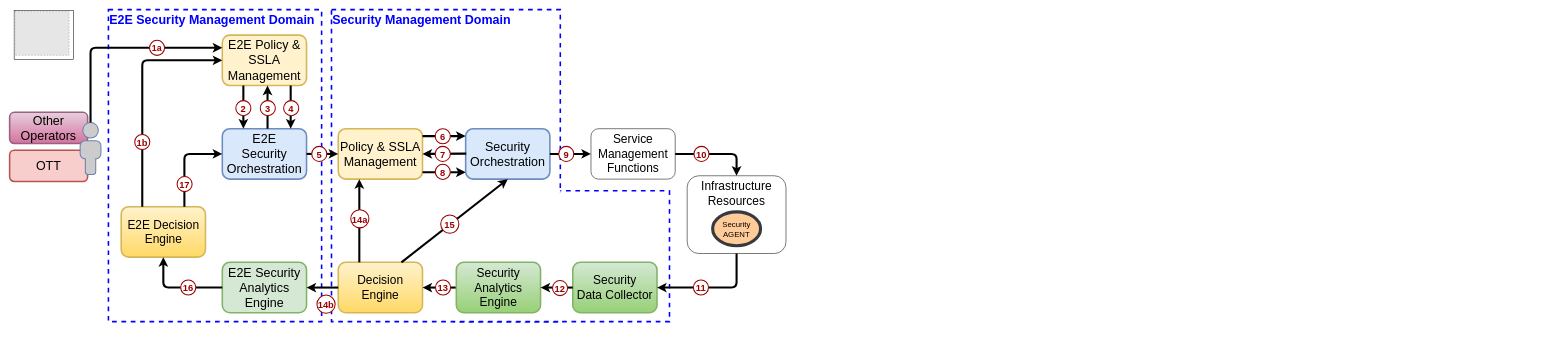
Above: page "Closed Loops V2" (3 of 3) of Architecture2.drawio in INSPIRE-5Gplus/inspire5gpluswp2architecture (draw.io), before the change. Source tidied: cells renumbered, new cells numbered last; positions are measured from the earlier drawing's top-left corner, leaving out a move shared by most shapes. Both pictures are drawn from the tidied source at 52%, with x=0, y=0 at pixel (9, 9). Pictures stored in the file or linked from it are replaced by grey dashed boxes.
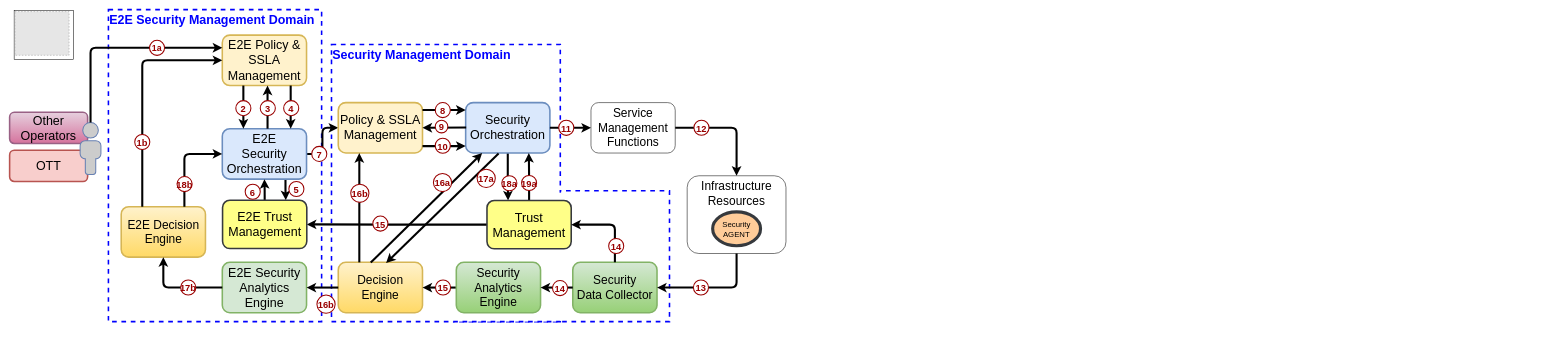
The same page after the edit.

The change refers to these unchanged cells:
```xml
<mxCell id="8" value="E2E &lt;br&gt;Security&lt;br&gt;Orchestration" style="rounded=1;whiteSpace=wrap;html=1;strokeWidth=3;fillColor=#dae8fc;fontSize=24;strokeColor=#6c8ebf;verticalAlign=middle;" parent="1" vertex="1">
  <mxGeometry x="409" y="230" width="162" height="97" as="geometry" />
</mxCell>
<mxCell id="13" value="Decision Engine" style="rounded=1;whiteSpace=wrap;html=1;gradientColor=#ffd966;fillColor=#fff2cc;strokeColor=#d6b656;labelPosition=center;verticalLabelPosition=middle;align=center;verticalAlign=middle;fontSize=23;strokeWidth=3;" parent="12" vertex="1">
  <mxGeometry x="-228" y="231.5" width="162" height="97" as="geometry" />
</mxCell>
<mxCell id="14" value="Security&lt;br&gt;Data Collector" style="rounded=1;whiteSpace=wrap;html=1;gradientColor=#97d077;fillColor=#d5e8d4;strokeColor=#82b366;labelPosition=center;verticalLabelPosition=middle;align=center;verticalAlign=middle;fontSize=23;strokeWidth=3;" parent="12" vertex="1">
  <mxGeometry x="223" y="231.5" width="162" height="97" as="geometry" />
</mxCell>
```

Change to the diagram source:
```diff
@@
     <mxCell id="3" value="&lt;font style=&quot;font-size: 24px&quot; color=&quot;#0000ff&quot;&gt;&lt;b&gt;Security Management Domain&lt;/b&gt;&lt;/font&gt;" style="rounded=0;whiteSpace=wrap;html=1;labelPosition=center;verticalLabelPosition=middle;align=left;verticalAlign=top;dashed=1;strokeWidth=3;strokeColor=#0000FF;" parent="1" vertex="1">
-      <mxGeometry x="619" y="1" width="440" height="600" as="geometry" />
+      <mxGeometry x="619" y="68" width="440" height="533" as="geometry" />
     </mxCell>
@@
+    <mxCell id="28" style="edgeStyle=orthogonalEdgeStyle;rounded=1;jettySize=auto;html=1;exitX=1;exitY=0.5;exitDx=0;exitDy=0;entryX=0;entryY=0.5;entryDx=0;entryDy=0;startArrow=none;startFill=0;endArrow=classic;endFill=1;strokeWidth=4;" parent="1" edge="1" source="8" target="25">
+      <mxGeometry relative="1" as="geometry" />
+    </mxCell>
+    <mxCell id="63" style="edgeStyle=orthogonalEdgeStyle;rounded=1;jettySize=auto;html=1;exitX=0.75;exitY=1;exitDx=0;exitDy=0;entryX=0.75;entryY=0;entryDx=0;entryDy=0;startArrow=none;startFill=0;endArrow=classic;endFill=1;strokeWidth=4;" parent="1" edge="1" source="8" target="74">
+      <mxGeometry relative="1" as="geometry" />
+    </mxCell>
@@
     <mxCell id="10" value="&lt;span style=&quot;font-size: 23px&quot;&gt;Service Management Functions&lt;/span&gt;" style="rounded=1;whiteSpace=wrap;html=1;verticalAlign=top;" parent="1" vertex="1">
-      <mxGeometry x="1118" y="230" width="162" height="97" as="geometry" />
+      <mxGeometry x="1118" y="179.8" width="162" height="97" as="geometry" />
     </mxCell>
@@
+    <mxCell id="64" style="edgeStyle=orthogonalEdgeStyle;rounded=1;jettySize=auto;html=1;entryX=0.25;entryY=0;entryDx=0;entryDy=0;startArrow=none;startFill=0;endArrow=classic;endFill=1;strokeWidth=4;" parent="1" edge="1" source="24" target="67">
+      <mxGeometry relative="1" as="geometry" />
+    </mxCell>
     <mxCell id="24" value="Security&lt;br&gt;Orchestration" style="rounded=1;whiteSpace=wrap;html=1;strokeWidth=3;fillColor=#dae8fc;fontSize=24;strokeColor=#6c8ebf;verticalAlign=middle;" parent="1" vertex="1">
-      <mxGeometry x="877" y="230" width="162" height="97" as="geometry" />
+      <mxGeometry x="877" y="179.8" width="162" height="97" as="geometry" />
     </mxCell>
     <mxCell id="25" value="Policy &amp;amp; SSLA Management" style="rounded=1;whiteSpace=wrap;html=1;strokeWidth=3;fillColor=#fff2cc;fontSize=24;strokeColor=#d6b656;verticalAlign=middle;" parent="1" vertex="1">
-      <mxGeometry x="632" y="230" width="162" height="97" as="geometry" />
+      <mxGeometry x="632" y="179.8" width="162" height="97" as="geometry" />
     </mxCell>
@@
-    <mxCell id="28" style="endArrow=classic;html=1;strokeWidth=4;fontSize=16;entryX=0;entryY=0.5;entryDx=0;entryDy=0;exitX=1;exitY=0.5;exitDx=0;exitDy=0;" parent="1" edge="1" source="8" target="25">
-      <mxGeometry relative="1" as="geometry" />
-    </mxCell>
     <mxCell id="29" style="endArrow=none;html=1;strokeWidth=4;fontSize=16;entryX=1;entryY=0.75;entryDx=0;entryDy=0;exitX=0;exitY=0.75;exitDx=0;exitDy=0;startArrow=classic;startFill=1;endFill=0;" parent="1" edge="1">
       <mxGeometry relative="1" as="geometry">
-        <mxPoint x="877" y="313.8" as="sourcePoint" />
-        <mxPoint x="794" y="313.8" as="targetPoint" />
+        <mxPoint x="877" y="263.5" as="sourcePoint" />
+        <mxPoint x="794" y="263.5" as="targetPoint" />
       </mxGeometry>
     </mxCell>
     <mxCell id="30" style="endArrow=classic;html=1;strokeWidth=4;fontSize=16;entryX=0;entryY=0.25;entryDx=0;entryDy=0;exitX=1;exitY=0.25;exitDx=0;exitDy=0;" parent="1" edge="1">
       <mxGeometry relative="1" as="geometry">
-        <mxPoint x="794" y="244.3" as="sourcePoint" />
-        <mxPoint x="877" y="244.2" as="targetPoint" />
+        <mxPoint x="794" y="194" as="sourcePoint" />
+        <mxPoint x="877" y="194" as="targetPoint" />
       </mxGeometry>
     </mxCell>
@@
-    <mxCell id="34" style="endArrow=classic;html=1;strokeWidth=4;fontSize=16;exitX=0.75;exitY=0;exitDx=0;exitDy=0;entryX=0.5;entryY=1;entryDx=0;entryDy=0;" parent="1" edge="1" source="13" target="24">
-      <mxGeometry relative="1" as="geometry" />
+    <mxCell id="34" style="endArrow=classic;html=1;strokeWidth=4;fontSize=16;exitX=0.75;exitY=0;exitDx=0;exitDy=0;" parent="1" edge="1" target="24">
+      <mxGeometry relative="1" as="geometry">
+        <mxPoint x="694.5" y="487.5" as="sourcePoint" />
+      </mxGeometry>
     </mxCell>
@@
-    <mxCell id="39" value="5" style="ellipse;fillColor=#ffffff;fontSize=18;fontStyle=1;spacing=0;strokeColor=#990000;strokeWidth=2;fontColor=#990000;" parent="1" vertex="1">
+    <mxCell id="39" value="7" style="ellipse;fillColor=#ffffff;fontSize=18;fontStyle=1;spacing=0;strokeColor=#990000;strokeWidth=2;fontColor=#990000;" parent="1" vertex="1">
       <mxGeometry x="581" y="264" width="29" height="29" as="geometry" />
     </mxCell>
-    <mxCell id="40" value="6" style="ellipse;fillColor=#ffffff;fontSize=18;fontStyle=1;spacing=0;strokeColor=#990000;strokeWidth=2;fontColor=#990000;" parent="1" vertex="1">
-      <mxGeometry x="818.5" y="230" width="29" height="29" as="geometry" />
+    <mxCell id="40" value="8" style="ellipse;fillColor=#ffffff;fontSize=18;fontStyle=1;spacing=0;strokeColor=#990000;strokeWidth=2;fontColor=#990000;" parent="1" vertex="1">
+      <mxGeometry x="818.5" y="179.7" width="29" height="29" as="geometry" />
     </mxCell>
-    <mxCell id="41" value="8" style="ellipse;fillColor=#ffffff;fontSize=18;fontStyle=1;spacing=0;strokeColor=#990000;strokeWidth=2;fontColor=#990000;" parent="1" vertex="1">
-      <mxGeometry x="818.5" y="298.5" width="29" height="29" as="geometry" />
+    <mxCell id="41" value="10" style="ellipse;fillColor=#ffffff;fontSize=18;fontStyle=1;spacing=0;strokeColor=#990000;strokeWidth=2;fontColor=#990000;" parent="1" vertex="1">
+      <mxGeometry x="818.5" y="248.2" width="29" height="29" as="geometry" />
     </mxCell>
-    <mxCell id="42" value="9" style="ellipse;fillColor=#ffffff;fontSize=18;fontStyle=1;spacing=0;strokeColor=#990000;strokeWidth=2;fontColor=#990000;" parent="1" vertex="1">
-      <mxGeometry x="1056" y="264" width="29" height="29" as="geometry" />
+    <mxCell id="42" value="11" style="ellipse;fillColor=#ffffff;fontSize=18;fontStyle=1;spacing=0;strokeColor=#990000;strokeWidth=2;fontColor=#990000;" parent="1" vertex="1">
+      <mxGeometry x="1056" y="213.8" width="29" height="29" as="geometry" />
     </mxCell>
-    <mxCell id="43" value="10" style="ellipse;fillColor=#ffffff;fontSize=18;fontStyle=1;spacing=0;strokeColor=#990000;strokeWidth=2;fontColor=#990000;" parent="1" vertex="1">
-      <mxGeometry x="1316" y="264" width="29" height="29" as="geometry" />
+    <mxCell id="43" value="12" style="ellipse;fillColor=#ffffff;fontSize=18;fontStyle=1;spacing=0;strokeColor=#990000;strokeWidth=2;fontColor=#990000;" parent="1" vertex="1">
+      <mxGeometry x="1316" y="213.7" width="29" height="29" as="geometry" />
     </mxCell>
-    <mxCell id="44" value="13" style="ellipse;fillColor=#ffffff;fontSize=18;fontStyle=1;spacing=0;strokeColor=#990000;strokeWidth=2;fontColor=#990000;" parent="1" vertex="1">
+    <mxCell id="44" value="15" style="ellipse;fillColor=#ffffff;fontSize=18;fontStyle=1;spacing=0;strokeColor=#990000;strokeWidth=2;fontColor=#990000;" parent="1" vertex="1">
       <mxGeometry x="819" y="521" width="29" height="29" as="geometry" />
     </mxCell>
-    <mxCell id="45" value="14b" style="ellipse;fillColor=#ffffff;fontSize=18;fontStyle=1;spacing=0;strokeColor=#990000;strokeWidth=2;fontColor=#990000;" parent="1" vertex="1">
+    <mxCell id="45" value="16b" style="ellipse;fillColor=#ffffff;fontSize=18;fontStyle=1;spacing=0;strokeColor=#990000;strokeWidth=2;fontColor=#990000;" parent="1" vertex="1">
       <mxGeometry x="591" y="550" width="35" height="35" as="geometry" />
     </mxCell>
@@
     <mxCell id="52" style="endArrow=none;html=1;strokeWidth=4;fontSize=16;exitX=1;exitY=0.5;exitDx=0;exitDy=0;startArrow=classic;startFill=1;endFill=0;" parent="1" edge="1" source="25">
       <mxGeometry relative="1" as="geometry">
-        <mxPoint x="878" y="278" as="targetPoint" />
+        <mxPoint x="878" y="227.8" as="targetPoint" />
       </mxGeometry>
     </mxCell>
-    <mxCell id="53" value="7" style="ellipse;fillColor=#ffffff;fontSize=18;fontStyle=1;spacing=0;strokeColor=#990000;strokeWidth=2;fontColor=#990000;" parent="1" vertex="1">
-      <mxGeometry x="818.5" y="264" width="29" height="29" as="geometry" />
+    <mxCell id="53" value="9" style="ellipse;fillColor=#ffffff;fontSize=18;fontStyle=1;spacing=0;strokeColor=#990000;strokeWidth=2;fontColor=#990000;" parent="1" vertex="1">
+      <mxGeometry x="818.5" y="213.8" width="24.2" height="24.2" as="geometry" />
     </mxCell>
@@
-    <mxCell id="57" value="11" style="ellipse;fillColor=#ffffff;fontSize=18;fontStyle=1;spacing=0;strokeColor=#990000;strokeWidth=2;fontColor=#990000;" parent="1" vertex="1">
+    <mxCell id="57" value="13" style="ellipse;fillColor=#ffffff;fontSize=18;fontStyle=1;spacing=0;strokeColor=#990000;strokeWidth=2;fontColor=#990000;" parent="1" vertex="1">
       <mxGeometry x="1315" y="521" width="29" height="29" as="geometry" />
     </mxCell>
-    <mxCell id="58" value="12" style="ellipse;fillColor=#ffffff;fontSize=18;fontStyle=1;spacing=0;strokeColor=#990000;strokeWidth=2;fontColor=#990000;" parent="1" vertex="1">
+    <mxCell id="58" value="14" style="ellipse;fillColor=#ffffff;fontSize=18;fontStyle=1;spacing=0;strokeColor=#990000;strokeWidth=2;fontColor=#990000;" parent="1" vertex="1">
       <mxGeometry x="1044" y="522" width="29" height="29" as="geometry" />
     </mxCell>
-    <mxCell id="59" value="14a" style="ellipse;fillColor=#ffffff;fontSize=18;fontStyle=1;spacing=0;strokeColor=#990000;strokeWidth=2;fontColor=#990000;" parent="1" vertex="1">
-      <mxGeometry x="656" y="385.7" width="35" height="35" as="geometry" />
+    <mxCell id="59" value="16b" style="ellipse;fillColor=#ffffff;fontSize=18;fontStyle=1;spacing=0;strokeColor=#990000;strokeWidth=2;fontColor=#990000;" parent="1" vertex="1">
+      <mxGeometry x="656" y="336.7" width="35" height="35" as="geometry" />
     </mxCell>
-    <mxCell id="60" value="16" style="ellipse;fillColor=#ffffff;fontSize=18;fontStyle=1;spacing=0;strokeColor=#990000;strokeWidth=2;fontColor=#990000;" parent="1" vertex="1">
+    <mxCell id="60" value="17b" style="ellipse;fillColor=#ffffff;fontSize=18;fontStyle=1;spacing=0;strokeColor=#990000;strokeWidth=2;fontColor=#990000;" parent="1" vertex="1">
       <mxGeometry x="329" y="521" width="29" height="29" as="geometry" />
     </mxCell>
-    <mxCell id="61" value="15" style="ellipse;fillColor=#ffffff;fontSize=18;fontStyle=1;spacing=0;strokeColor=#990000;strokeWidth=2;fontColor=#990000;" parent="1" vertex="1">
-      <mxGeometry x="829" y="396" width="35" height="35" as="geometry" />
+    <mxCell id="61" value="16a" style="ellipse;fillColor=#ffffff;fontSize=18;fontStyle=1;spacing=0;strokeColor=#990000;strokeWidth=2;fontColor=#990000;" parent="1" vertex="1">
+      <mxGeometry x="815" y="316" width="35" height="35" as="geometry" />
     </mxCell>
-    <mxCell id="62" value="17" style="ellipse;fillColor=#ffffff;fontSize=18;fontStyle=1;spacing=0;strokeColor=#990000;strokeWidth=2;fontColor=#990000;" parent="1" vertex="1">
+    <mxCell id="62" value="18b" style="ellipse;fillColor=#ffffff;fontSize=18;fontStyle=1;spacing=0;strokeColor=#990000;strokeWidth=2;fontColor=#990000;" parent="1" vertex="1">
       <mxGeometry x="322" y="322" width="29" height="29" as="geometry" />
     </mxCell>
+    <mxCell id="65" style="edgeStyle=orthogonalEdgeStyle;rounded=1;jettySize=auto;html=1;entryX=0.75;entryY=1;entryDx=0;entryDy=0;startArrow=none;startFill=0;endArrow=classic;endFill=1;strokeWidth=4;" parent="1" edge="1" source="67" target="24">
+      <mxGeometry relative="1" as="geometry" />
+    </mxCell>
+    <mxCell id="66" style="edgeStyle=orthogonalEdgeStyle;rounded=1;jettySize=auto;html=1;exitX=0;exitY=0.5;exitDx=0;exitDy=0;startArrow=none;startFill=0;endArrow=classic;endFill=1;strokeWidth=4;" parent="1" edge="1" source="67" target="74">
+      <mxGeometry relative="1" as="geometry" />
+    </mxCell>
+    <mxCell id="67" value="Trust Management" style="rounded=1;whiteSpace=wrap;html=1;strokeWidth=3;fillColor=#ffff88;fontSize=24;strokeColor=#36393d;verticalAlign=middle;" parent="1" vertex="1">
+      <mxGeometry x="918" y="368" width="162" height="93" as="geometry" />
+    </mxCell>
+    <mxCell id="68" style="endArrow=none;html=1;strokeWidth=4;fontSize=16;exitX=0.567;exitY=0.015;exitDx=0;exitDy=0;entryX=0.391;entryY=1.011;entryDx=0;entryDy=0;startArrow=classic;startFill=1;endFill=0;entryPerimeter=0;exitPerimeter=0;" parent="1" edge="1" source="13" target="24">
+      <mxGeometry relative="1" as="geometry" />
+    </mxCell>
+    <mxCell id="69" value="17a" style="ellipse;fillColor=#ffffff;fontSize=18;fontStyle=1;spacing=0;strokeColor=#990000;strokeWidth=2;fontColor=#990000;" parent="1" vertex="1">
+      <mxGeometry x="899" y="308" width="35" height="35" as="geometry" />
+    </mxCell>
+    <mxCell id="70" style="edgeStyle=orthogonalEdgeStyle;rounded=1;jettySize=auto;html=1;exitX=0.5;exitY=0;exitDx=0;exitDy=0;entryX=1;entryY=0.5;entryDx=0;entryDy=0;startArrow=none;startFill=0;endArrow=classic;endFill=1;strokeWidth=4;" parent="1" edge="1" source="14" target="67">
+      <mxGeometry relative="1" as="geometry" />
+    </mxCell>
+    <mxCell id="71" value="14" style="ellipse;fillColor=#ffffff;fontSize=18;fontStyle=1;spacing=0;strokeColor=#990000;strokeWidth=2;fontColor=#990000;" parent="1" vertex="1">
+      <mxGeometry x="1152" y="441" width="29" height="29" as="geometry" />
+    </mxCell>
+    <mxCell id="72" value="19a" style="ellipse;fillColor=#ffffff;fontSize=18;fontStyle=1;spacing=0;strokeColor=#990000;strokeWidth=2;fontColor=#990000;" parent="1" vertex="1">
+      <mxGeometry x="984.5" y="320" width="29" height="29" as="geometry" />
+    </mxCell>
+    <mxCell id="73" style="edgeStyle=orthogonalEdgeStyle;rounded=1;jettySize=auto;html=1;exitX=0.5;exitY=0;exitDx=0;exitDy=0;entryX=0.5;entryY=1;entryDx=0;entryDy=0;startArrow=none;startFill=0;endArrow=classic;endFill=1;strokeWidth=4;" parent="1" edge="1" source="74" target="8">
+      <mxGeometry relative="1" as="geometry" />
+    </mxCell>
+    <mxCell id="74" value="E2E Trust Management" style="rounded=1;whiteSpace=wrap;html=1;strokeWidth=3;fillColor=#ffff88;fontSize=24;strokeColor=#36393d;verticalAlign=middle;" parent="1" vertex="1">
+      <mxGeometry x="409.5" y="367.5" width="162" height="93" as="geometry" />
+    </mxCell>
+    <mxCell id="75" value="15" style="ellipse;fillColor=#ffffff;fontSize=18;fontStyle=1;spacing=0;strokeColor=#990000;strokeWidth=2;fontColor=#990000;" parent="1" vertex="1">
+      <mxGeometry x="698.5" y="398" width="29" height="29" as="geometry" />
+    </mxCell>
+    <mxCell id="76" value="18a" style="ellipse;fillColor=#ffffff;fontSize=18;fontStyle=1;spacing=0;strokeColor=#990000;strokeWidth=2;fontColor=#990000;" parent="1" vertex="1">
+      <mxGeometry x="946.5" y="320.5" width="29" height="29" as="geometry" />
+    </mxCell>
+    <mxCell id="77" value="5" style="ellipse;fillColor=#ffffff;fontSize=18;fontStyle=1;spacing=0;strokeColor=#990000;strokeWidth=2;fontColor=#990000;" parent="1" vertex="1">
+      <mxGeometry x="537" y="331.5" width="29" height="29" as="geometry" />
+    </mxCell>
+    <mxCell id="78" value="6" style="ellipse;fillColor=#ffffff;fontSize=18;fontStyle=1;spacing=0;strokeColor=#990000;strokeWidth=2;fontColor=#990000;" parent="1" vertex="1">
+      <mxGeometry x="453" y="336.7" width="29" height="29" as="geometry" />
+    </mxCell>
```
